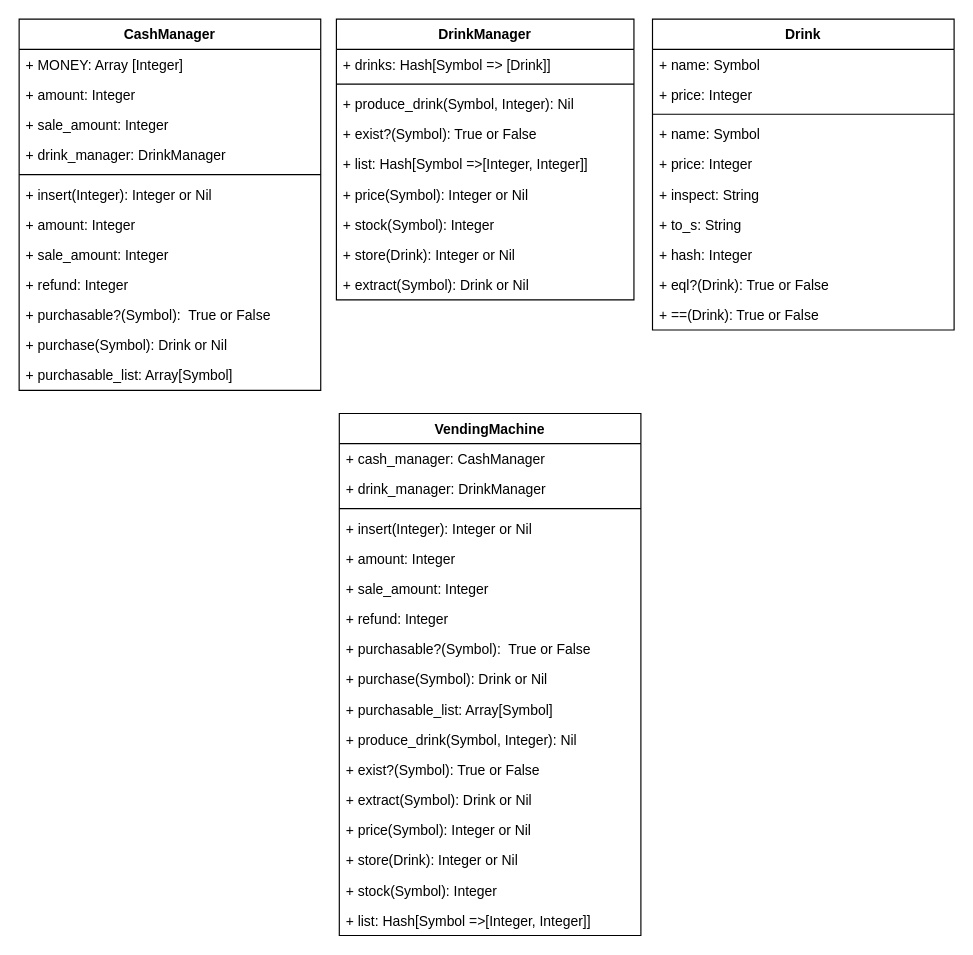
Earlier version of the draw.io diagram images/class.drawio (fumtas1k/tddbc_ft). Source tidied: cells renumbered, new cells numbered last; positions are measured from the earlier drawing's top-left corner, leaving out a move shared by most shapes. Both pictures are drawn from the tidied source at 116%, with x=0, y=0 at pixel (19, 19).
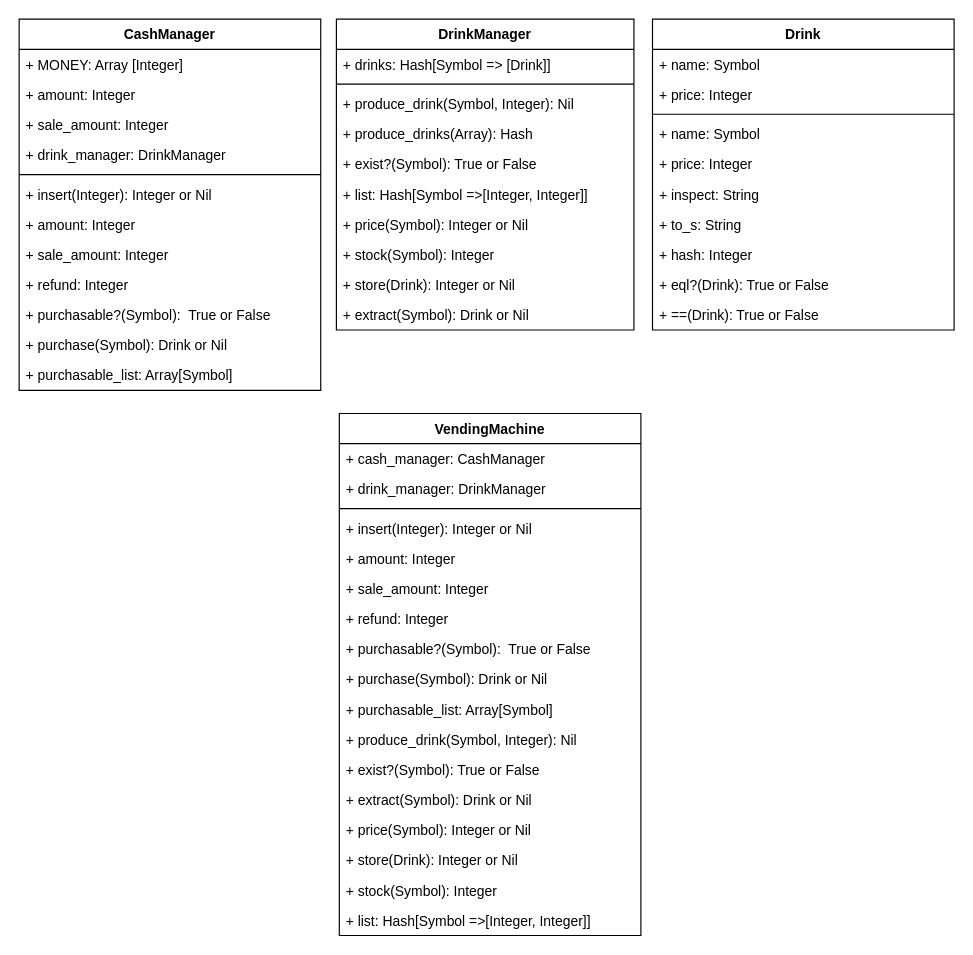
After the change.

What changed in the source:
```diff
@@
     <mxCell id="15" value="DrinkManager" style="swimlane;fontStyle=1;align=center;verticalAlign=top;horizontal=1;startSize=26;" parent="1" vertex="1">
-      <mxGeometry x="273.5" width="256.5" height="242" as="geometry" />
+      <mxGeometry x="273.5" width="256.5" height="268" as="geometry" />
     </mxCell>
@@
+    <mxCell id="54" value="+ produce_drinks(Array): Hash" style="text;strokeColor=none;fillColor=none;align=left;verticalAlign=top;spacingLeft=4;spacingRight=4;overflow=hidden;" parent="15" vertex="1">
+      <mxGeometry y="86" width="256.5" height="26" as="geometry" />
+    </mxCell>
     <mxCell id="19" value="+ exist?(Symbol): True or False" style="text;strokeColor=none;fillColor=none;align=left;verticalAlign=top;spacingLeft=4;spacingRight=4;overflow=hidden;" parent="15" vertex="1">
-      <mxGeometry y="86" width="256.5" height="26" as="geometry" />
+      <mxGeometry y="112" width="256.5" height="26" as="geometry" />
     </mxCell>
     <mxCell id="20" value="+ list: Hash[Symbol =&gt;[Integer, Integer]]" style="text;strokeColor=none;fillColor=none;align=left;verticalAlign=top;spacingLeft=4;spacingRight=4;overflow=hidden;" parent="15" vertex="1">
-      <mxGeometry y="112" width="256.5" height="26" as="geometry" />
+      <mxGeometry y="138" width="256.5" height="26" as="geometry" />
     </mxCell>
     <mxCell id="21" value="+ price(Symbol): Integer or Nil" style="text;strokeColor=none;fillColor=none;align=left;verticalAlign=top;spacingLeft=4;spacingRight=4;overflow=hidden;" parent="15" vertex="1">
-      <mxGeometry y="138" width="256.5" height="26" as="geometry" />
+      <mxGeometry y="164" width="256.5" height="26" as="geometry" />
     </mxCell>
     <mxCell id="22" value="+ stock(Symbol): Integer" style="text;strokeColor=none;fillColor=none;align=left;verticalAlign=top;spacingLeft=4;spacingRight=4;overflow=hidden;" parent="15" vertex="1">
-      <mxGeometry y="164" width="256.5" height="26" as="geometry" />
+      <mxGeometry y="190" width="256.5" height="26" as="geometry" />
     </mxCell>
     <mxCell id="23" value="+ store(Drink): Integer or Nil" style="text;strokeColor=none;fillColor=none;align=left;verticalAlign=top;spacingLeft=4;spacingRight=4;overflow=hidden;" parent="15" vertex="1">
-      <mxGeometry y="190" width="256.5" height="26" as="geometry" />
+      <mxGeometry y="216" width="256.5" height="26" as="geometry" />
     </mxCell>
     <mxCell id="24" value="+ extract(Symbol): Drink or Nil" style="text;strokeColor=none;fillColor=none;align=left;verticalAlign=top;spacingLeft=4;spacingRight=4;overflow=hidden;" parent="15" vertex="1">
-      <mxGeometry y="216" width="256.5" height="26" as="geometry" />
+      <mxGeometry y="242" width="256.5" height="26" as="geometry" />
     </mxCell>
```
